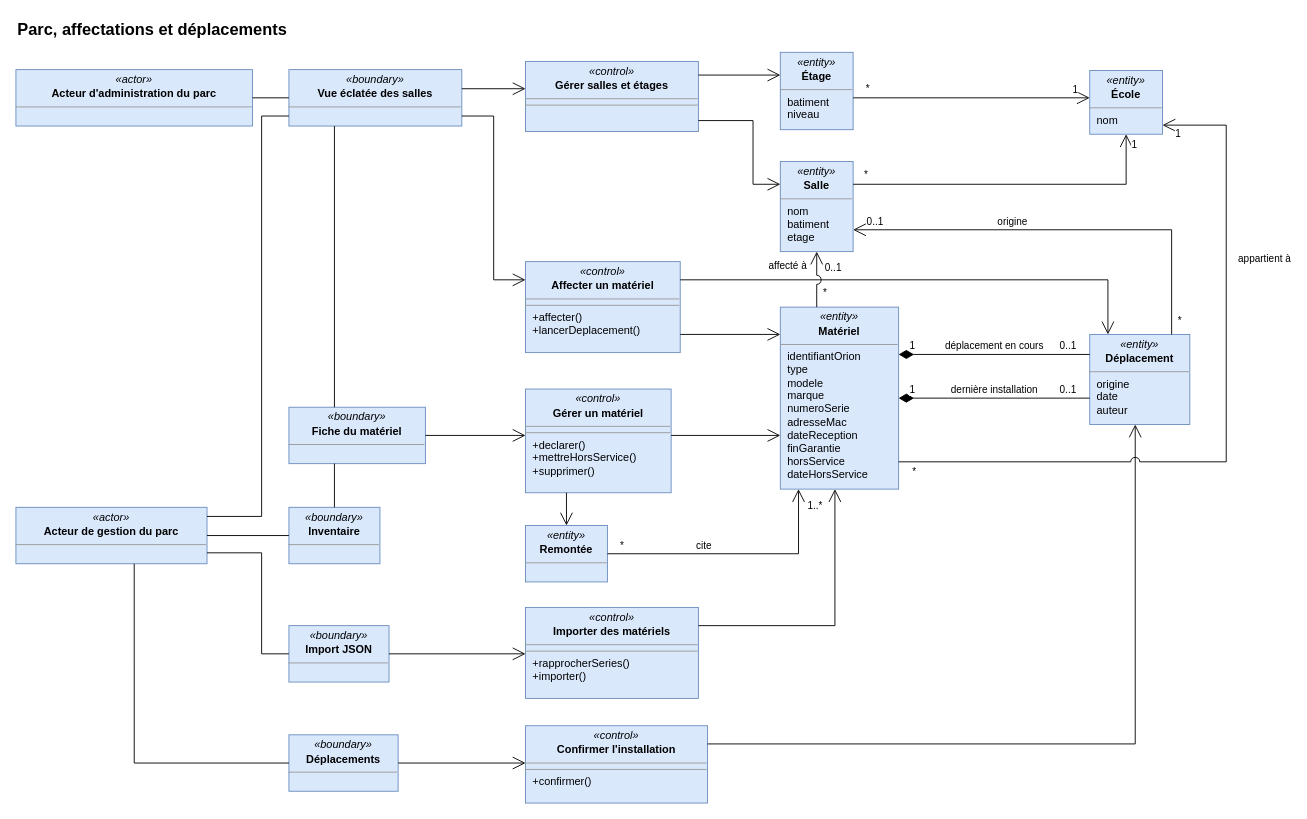
Earlier version of the draw.io diagram page "Parc, affectations et déplacements" (2 of 5) of docs/02-ANALYSE/03-ANALYSE/02-DIAGRAMME-CLASSES-ANALYSE.drawio (bpierrelouis/aster). Source tidied: cells renumbered, new cells numbered last; positions are measured from the earlier drawing's top-left corner, leaving out a move shared by most shapes. Both pictures are drawn from the tidied source at 91%, with x=0, y=0 at pixel (15, 15).
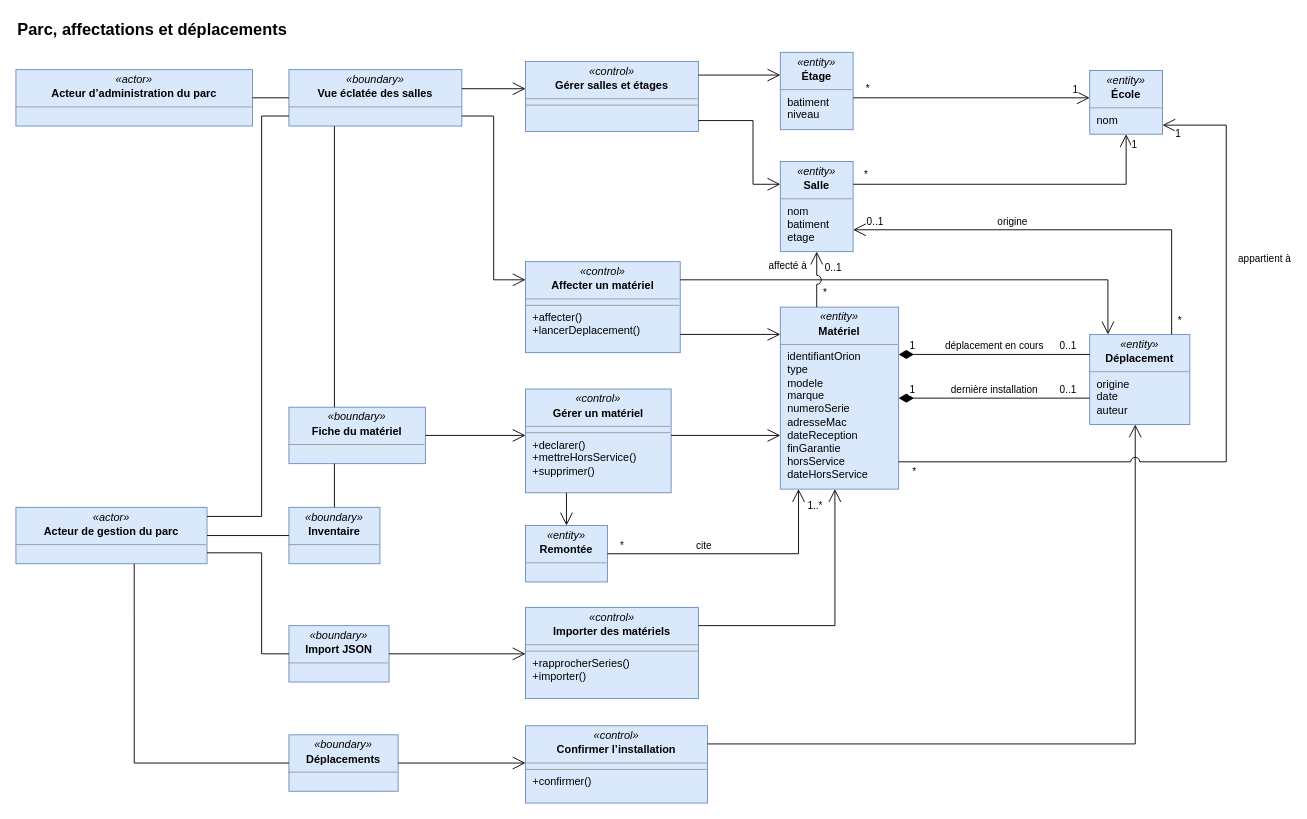
The same page after the edit.

What changed in the source:
```diff
@@
-    <mxCell id="3" value="&lt;p style=&quot;margin:0;margin-top:4px;text-align:center;&quot;&gt;&lt;i&gt;«actor»&lt;/i&gt;&lt;/p&gt;&lt;p style=&quot;margin:0;margin-top:2px;text-align:center;&quot;&gt;&lt;b&gt;Acteur d'administration du parc&lt;/b&gt;&lt;/p&gt;&lt;hr size=&quot;1&quot;/&gt;" style="verticalAlign=top;align=left;overflow=fill;html=1;whiteSpace=wrap;fontSize=12;fillColor=#dae8fc;strokeColor=#6c8ebf;" parent="1" vertex="1">
+    <mxCell id="3" value="&lt;p style=&quot;margin:0;margin-top:4px;text-align:center;&quot;&gt;&lt;i&gt;«actor»&lt;/i&gt;&lt;/p&gt;&lt;p style=&quot;margin:0;margin-top:2px;text-align:center;&quot;&gt;&lt;b&gt;Acteur d’administration du parc&lt;/b&gt;&lt;/p&gt;&lt;hr size=&quot;1&quot;/&gt;" style="verticalAlign=top;align=left;overflow=fill;html=1;whiteSpace=wrap;fontSize=12;fillColor=#dae8fc;strokeColor=#6c8ebf;" parent="1" vertex="1">
       <mxGeometry y="59" width="260" height="62" as="geometry" />
     </mxCell>
@@
-    <mxCell id="15" value="&lt;p style=&quot;margin:0;margin-top:4px;text-align:center;&quot;&gt;&lt;i&gt;«control»&lt;/i&gt;&lt;/p&gt;&lt;p style=&quot;margin:0;margin-top:2px;text-align:center;&quot;&gt;&lt;b&gt;Confirmer l'installation&lt;/b&gt;&lt;/p&gt;&lt;hr size=&quot;1&quot;/&gt;&lt;hr size=&quot;1&quot;/&gt;&lt;p style=&quot;margin:0;margin-left:8px;&quot;&gt;+confirmer()&lt;/p&gt;" style="verticalAlign=top;align=left;overflow=fill;html=1;whiteSpace=wrap;fontSize=12;fillColor=#dae8fc;strokeColor=#6c8ebf;" parent="1" vertex="1">
+    <mxCell id="15" value="&lt;p style=&quot;margin:0;margin-top:4px;text-align:center;&quot;&gt;&lt;i&gt;«control»&lt;/i&gt;&lt;/p&gt;&lt;p style=&quot;margin:0;margin-top:2px;text-align:center;&quot;&gt;&lt;b&gt;Confirmer l’installation&lt;/b&gt;&lt;/p&gt;&lt;hr size=&quot;1&quot;/&gt;&lt;hr size=&quot;1&quot;/&gt;&lt;p style=&quot;margin:0;margin-left:8px;&quot;&gt;+confirmer()&lt;/p&gt;" style="verticalAlign=top;align=left;overflow=fill;html=1;whiteSpace=wrap;fontSize=12;fillColor=#dae8fc;strokeColor=#6c8ebf;" parent="1" vertex="1">
       <mxGeometry x="560" y="780" width="200" height="85" as="geometry" />
     </mxCell>
```
